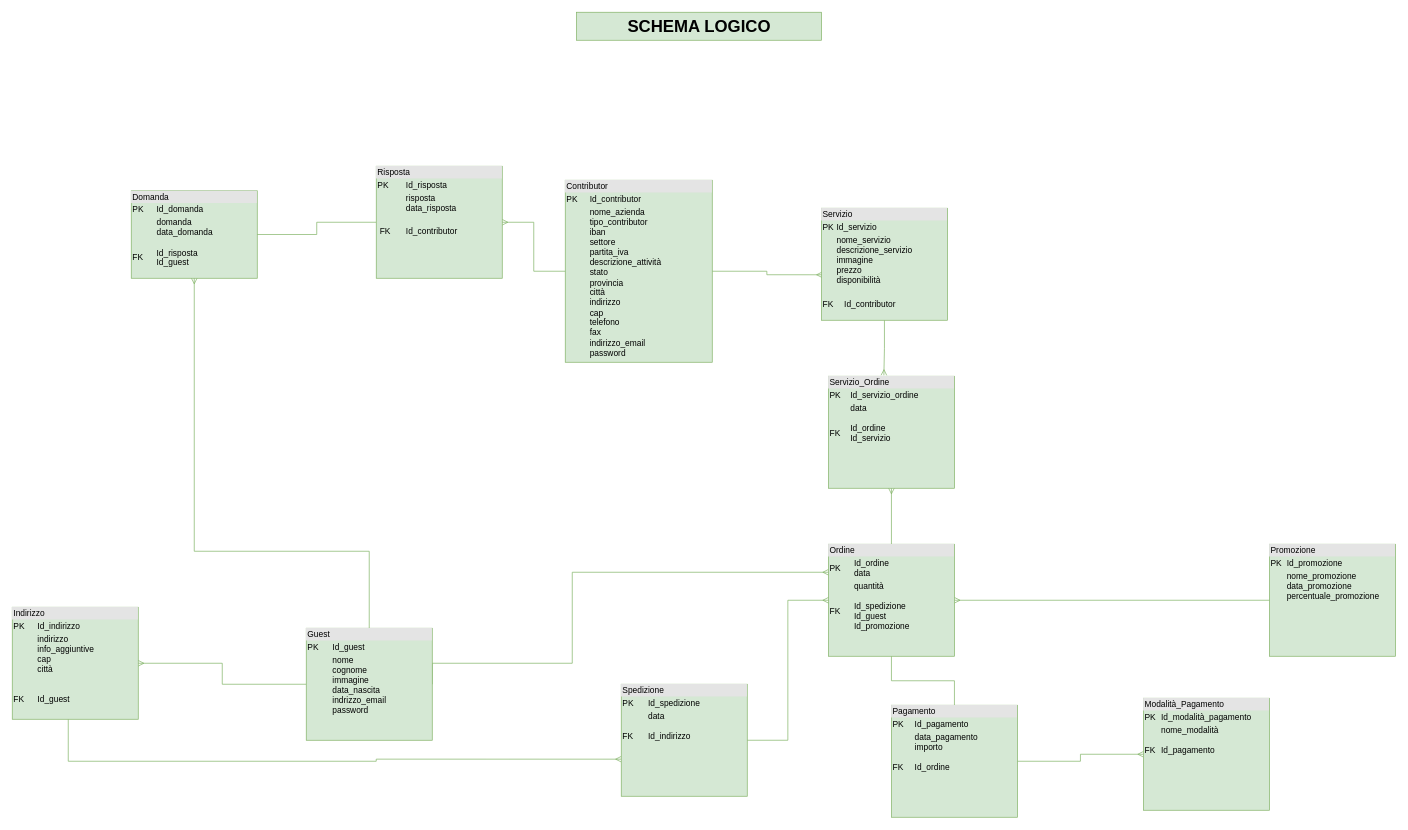
The draw.io diagram schema logico new.drawio in giadaventurini-pixel/giadaventurini-5binf, before the edit. Source tidied: cells renumbered, new cells numbered last; positions are measured from the earlier drawing's top-left corner, leaving out a move shared by most shapes. Both pictures are drawn from the tidied source at 70%, with x=0, y=0 at pixel (12, 12).
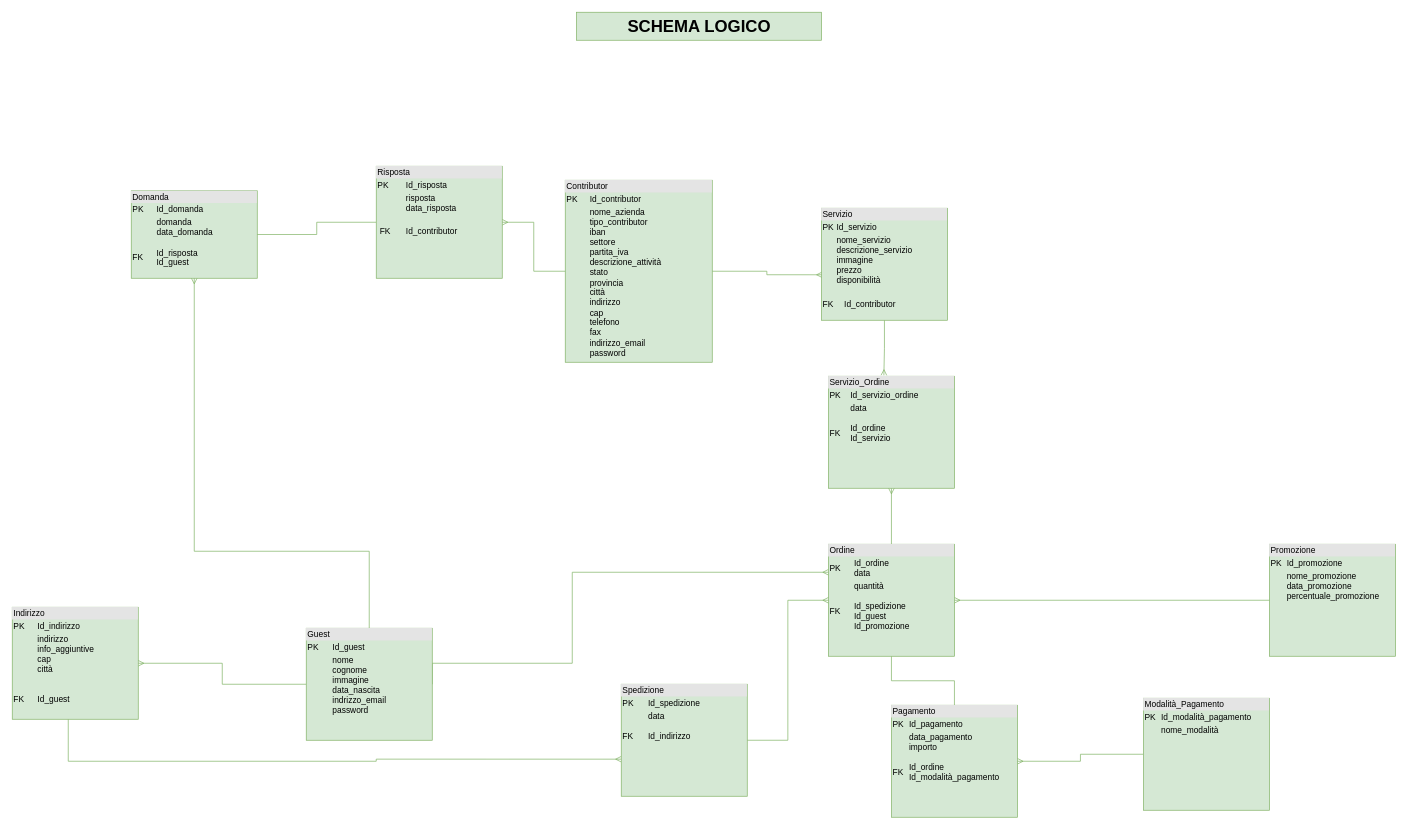
The same diagram, later.

Diff of the diagram source:
```diff
@@
-    <mxCell id="19" style="edgeStyle=orthogonalEdgeStyle;rounded=0;jettySize=auto;html=1;entryX=0;entryY=0.5;entryDx=0;entryDy=0;startArrow=none;startFill=0;endArrow=ERmany;endFill=0;fillColor=#d5e8d4;strokeColor=#82b366;" parent="1" edge="1" source="20" target="21">
+    <mxCell id="19" style="edgeStyle=orthogonalEdgeStyle;rounded=0;jettySize=auto;html=1;entryX=0;entryY=0.5;entryDx=0;entryDy=0;startArrow=ERmany;startFill=0;endArrow=none;endFill=0;fillColor=#d5e8d4;strokeColor=#82b366;" parent="1" edge="1" source="20" target="21">
       <mxGeometry relative="1" as="geometry" />
     </mxCell>
-    <mxCell id="20" value="&lt;div style=&quot;box-sizing: border-box ; width: 100% ; background: #e4e4e4 ; padding: 2px&quot;&gt;Pagamento&lt;/div&gt;&lt;table style=&quot;width: 100% ; font-size: 1em&quot; cellpadding=&quot;2&quot; cellspacing=&quot;0&quot;&gt;&lt;tbody&gt;&lt;tr&gt;&lt;td&gt;PK&lt;/td&gt;&lt;td&gt;Id_pagamento&lt;br&gt;&lt;/td&gt;&lt;/tr&gt;&lt;tr&gt;&lt;td&gt;&lt;br&gt;FK&lt;/td&gt;&lt;td&gt;data_pagamento&lt;br&gt;importo&lt;br&gt;&lt;br&gt;Id_ordine&lt;br&gt;&lt;br&gt;&lt;br&gt;&lt;/td&gt;&lt;/tr&gt;&lt;tr&gt;&lt;td&gt;&amp;nbsp;&lt;/td&gt;&lt;td&gt;&lt;br&gt;&lt;/td&gt;&lt;/tr&gt;&lt;/tbody&gt;&lt;/table&gt;" style="verticalAlign=top;align=left;overflow=fill;html=1;fillColor=#d5e8d4;strokeColor=#82b366;" parent="1" vertex="1">
+    <mxCell id="20" value="&lt;div style=&quot;box-sizing: border-box ; width: 100% ; background: #e4e4e4 ; padding: 2px&quot;&gt;Pagamento&lt;/div&gt;&lt;table style=&quot;width: 100% ; font-size: 1em&quot; cellpadding=&quot;2&quot; cellspacing=&quot;0&quot;&gt;&lt;tbody&gt;&lt;tr&gt;&lt;td&gt;PK&lt;/td&gt;&lt;td&gt;Id_pagamento&lt;br&gt;&lt;/td&gt;&lt;/tr&gt;&lt;tr&gt;&lt;td&gt;&lt;br&gt;&lt;br&gt;FK&lt;/td&gt;&lt;td&gt;data_pagamento&lt;br&gt;importo&lt;br&gt;&lt;br&gt;Id_ordine&lt;br&gt;Id_modalità_pagamento&lt;br&gt;&lt;br&gt;&lt;/td&gt;&lt;/tr&gt;&lt;tr&gt;&lt;td&gt;&amp;nbsp;&lt;/td&gt;&lt;td&gt;&lt;br&gt;&lt;/td&gt;&lt;/tr&gt;&lt;/tbody&gt;&lt;/table&gt;" style="verticalAlign=top;align=left;overflow=fill;html=1;fillColor=#d5e8d4;strokeColor=#82b366;" parent="1" vertex="1">
       <mxGeometry x="1256" y="990" width="180" height="160" as="geometry" />
     </mxCell>
-    <mxCell id="21" value="&lt;div style=&quot;box-sizing: border-box ; width: 100% ; background: #e4e4e4 ; padding: 2px&quot;&gt;Modalità_Pagamento&lt;/div&gt;&lt;table style=&quot;width: 100% ; font-size: 1em&quot; cellpadding=&quot;2&quot; cellspacing=&quot;0&quot;&gt;&lt;tbody&gt;&lt;tr&gt;&lt;td&gt;PK&lt;/td&gt;&lt;td&gt;Id_modalità_pagamento&lt;br&gt;&lt;/td&gt;&lt;/tr&gt;&lt;tr&gt;&lt;td&gt;FK&lt;/td&gt;&lt;td&gt;nome_modalità&lt;br&gt;&lt;br&gt;Id_pagamento&lt;br&gt;&lt;br&gt;&lt;br&gt;&lt;/td&gt;&lt;/tr&gt;&lt;tr&gt;&lt;td&gt;&amp;nbsp;&lt;/td&gt;&lt;td&gt;&lt;br&gt;&lt;/td&gt;&lt;/tr&gt;&lt;/tbody&gt;&lt;/table&gt;" style="verticalAlign=top;align=left;overflow=fill;html=1;fillColor=#d5e8d4;strokeColor=#82b366;" parent="1" vertex="1">
+    <mxCell id="21" value="&lt;div style=&quot;box-sizing: border-box ; width: 100% ; background: #e4e4e4 ; padding: 2px&quot;&gt;Modalità_Pagamento&lt;/div&gt;&lt;table style=&quot;width: 100% ; font-size: 1em&quot; cellpadding=&quot;2&quot; cellspacing=&quot;0&quot;&gt;&lt;tbody&gt;&lt;tr&gt;&lt;td&gt;PK&lt;/td&gt;&lt;td&gt;Id_modalità_pagamento&lt;br&gt;&lt;/td&gt;&lt;/tr&gt;&lt;tr&gt;&lt;td&gt;&lt;br&gt;&lt;/td&gt;&lt;td&gt;nome_modalità&lt;br&gt;&lt;br&gt;&lt;br&gt;&lt;/td&gt;&lt;/tr&gt;&lt;tr&gt;&lt;td&gt;&amp;nbsp;&lt;/td&gt;&lt;td&gt;&lt;br&gt;&lt;/td&gt;&lt;/tr&gt;&lt;/tbody&gt;&lt;/table&gt;" style="verticalAlign=top;align=left;overflow=fill;html=1;fillColor=#d5e8d4;strokeColor=#82b366;" parent="1" vertex="1">
       <mxGeometry x="1616" y="980" width="180" height="160" as="geometry" />
     </mxCell>
```
